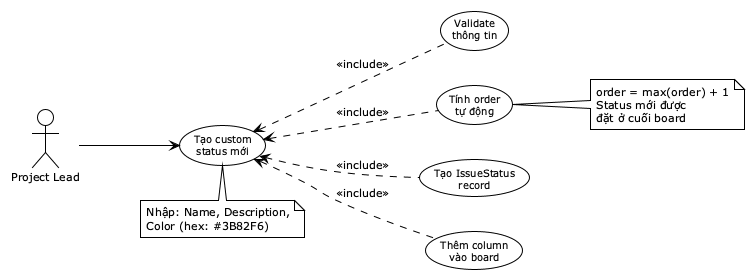
This is reports/dat-examples/report/images/uc04_1_create_status.png from toantran292/datn, a PlantUML export, as it was before one commit.
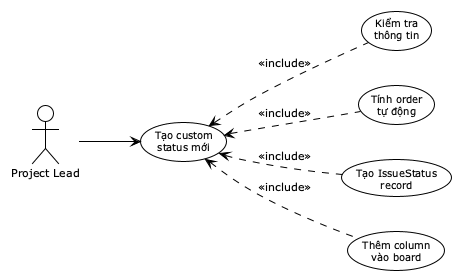
Above is the later version.

What changed in the source:
```diff
@@ -8,7 +8,7 @@
 actor "Project Lead" as PL
 
 usecase "Tạo custom\nstatus mới" as UC_Create
-usecase "Validate\nthông tin" as UC_Validate
+usecase "Kiểm tra\nthông tin" as UC_Validate
 usecase "Tính order\ntự động" as UC_CalcOrder
 usecase "Tạo IssueStatus\nrecord" as UC_CreateRecord
 usecase "Thêm column\nvào board" as UC_AddColumn
@@ -20,15 +20,6 @@
 UC_CreateRecord .up.> UC_Create : <<include>>
 UC_AddColumn .up.> UC_Create : <<include>>
 
-note right of UC_CalcOrder
-  order = max(order) + 1
-  Status mới được
-  đặt ở cuối board
-end note
 
-note bottom of UC_Create
-  Nhập: Name, Description,
-  Color (hex: #3B82F6)
-end note
 
 @enduml
```
